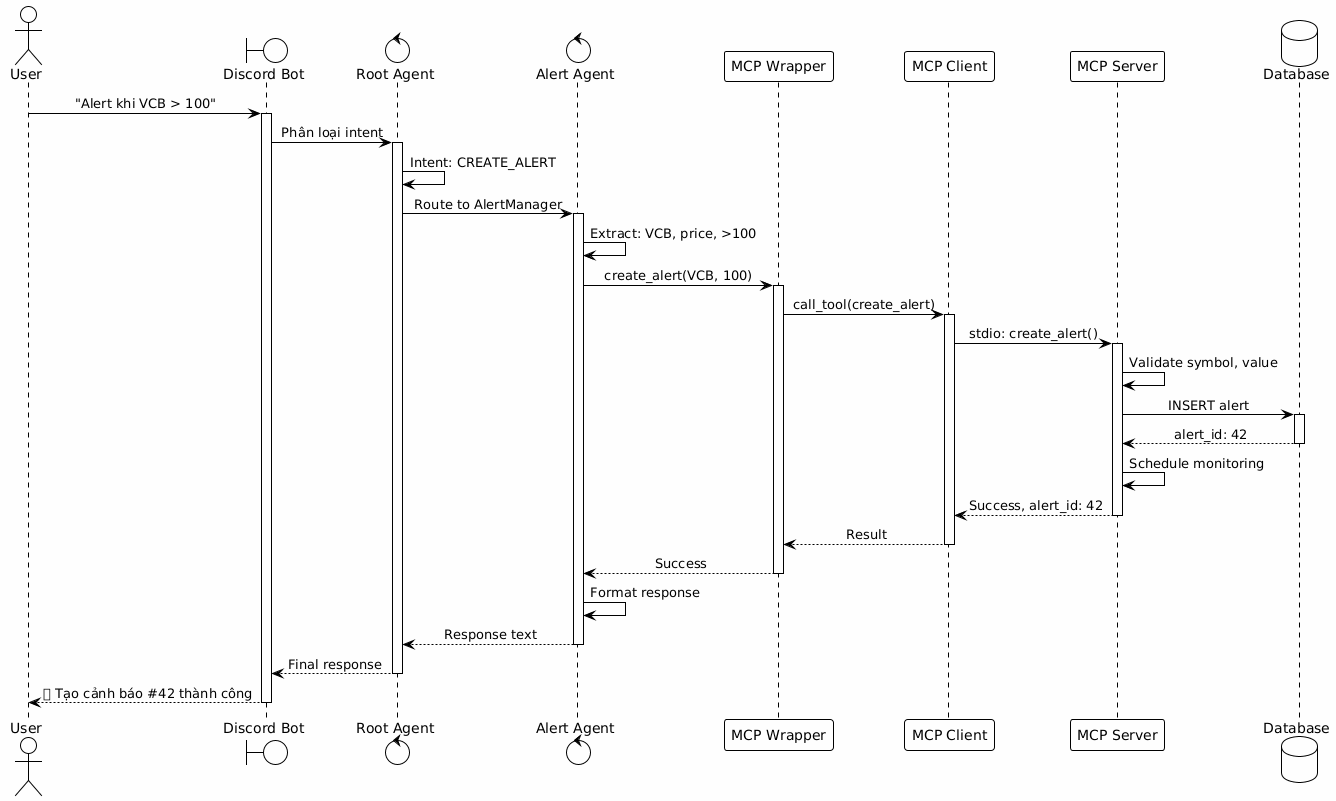
Above: diagrams/images/sequence_diagrams/sequence_uc2_dang_ky_canh_bao.png in GiangNV-HUST/DATN (PlantUML), before the change. Source of this version:
```plantuml
@startuml
!theme plain
skinparam backgroundColor #FEFEFE
skinparam sequenceMessageAlign center
skinparam shadowing false

actor User
boundary "Discord Bot" as Bot
control "Root Agent" as Root
control "Alert Agent" as Alert
participant "MCP Wrapper" as Wrapper
participant "MCP Client" as Client
participant "MCP Server" as Server
database "Database" as DB

User -> Bot: "Alert khi VCB > 100"
activate Bot

Bot -> Root: Phân loại intent
activate Root
Root -> Root: Intent: CREATE_ALERT

Root -> Alert: Route to AlertManager
activate Alert
Alert -> Alert: Extract: VCB, price, >100

Alert -> Wrapper: create_alert(VCB, 100)
activate Wrapper

Wrapper -> Client: call_tool(create_alert)
activate Client

Client -> Server: stdio: create_alert()
activate Server

Server -> Server: Validate symbol, value

Server -> DB: INSERT alert
activate DB
DB --> Server: alert_id: 42
deactivate DB

Server -> Server: Schedule monitoring

Server --> Client: Success, alert_id: 42
deactivate Server

Client --> Wrapper: Result
deactivate Client

Wrapper --> Alert: Success
deactivate Wrapper

Alert -> Alert: Format response

Alert --> Root: Response text
deactivate Alert

Root --> Bot: Final response
deactivate Root

Bot --> User: ✅ Tạo cảnh báo #42 thành công
deactivate Bot
@enduml
```
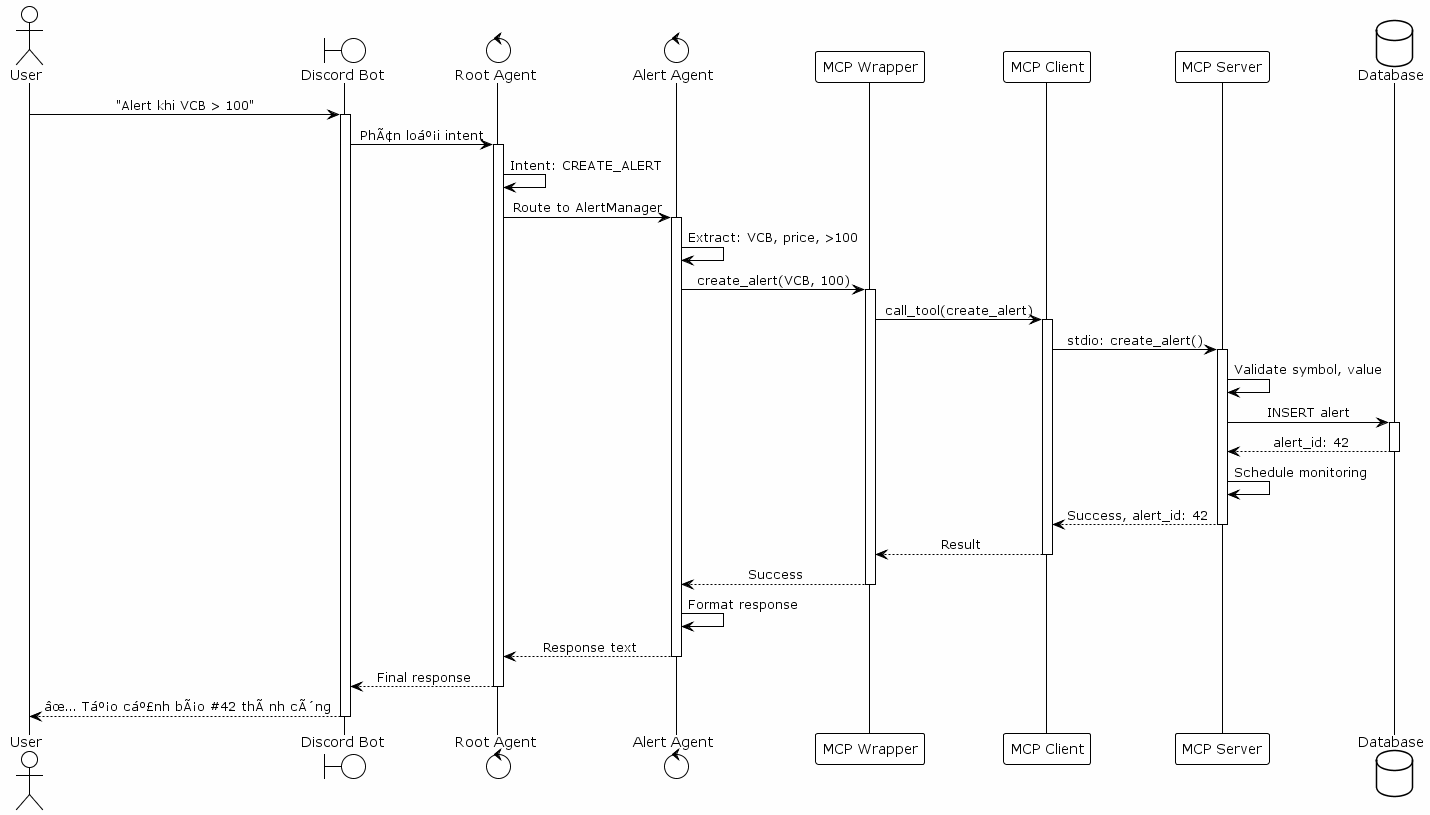
Later version of the same file.

Change to the diagram source:
```diff
@@ -1,4 +1,4 @@
-@startuml
+@startuml sequence_uc2_dang_ky_canh_bao
 !theme plain
 skinparam backgroundColor #FEFEFE
 skinparam sequenceMessageAlign center
@@ -16,7 +16,7 @@
 User -> Bot: "Alert khi VCB > 100"
 activate Bot
 
-Bot -> Root: Phân loại intent
+Bot -> Root: PhÃ¢n loáº¡i intent
 activate Root
 Root -> Root: Intent: CREATE_ALERT
 
@@ -59,6 +59,7 @@
 Root --> Bot: Final response
 deactivate Root
 
-Bot --> User: ✅ Tạo cảnh báo #42 thành công
+Bot --> User: âœ… Táº¡o cáº£nh bÃ¡o #42 thÃ nh cÃ´ng
 deactivate Bot
+
 @enduml
```
